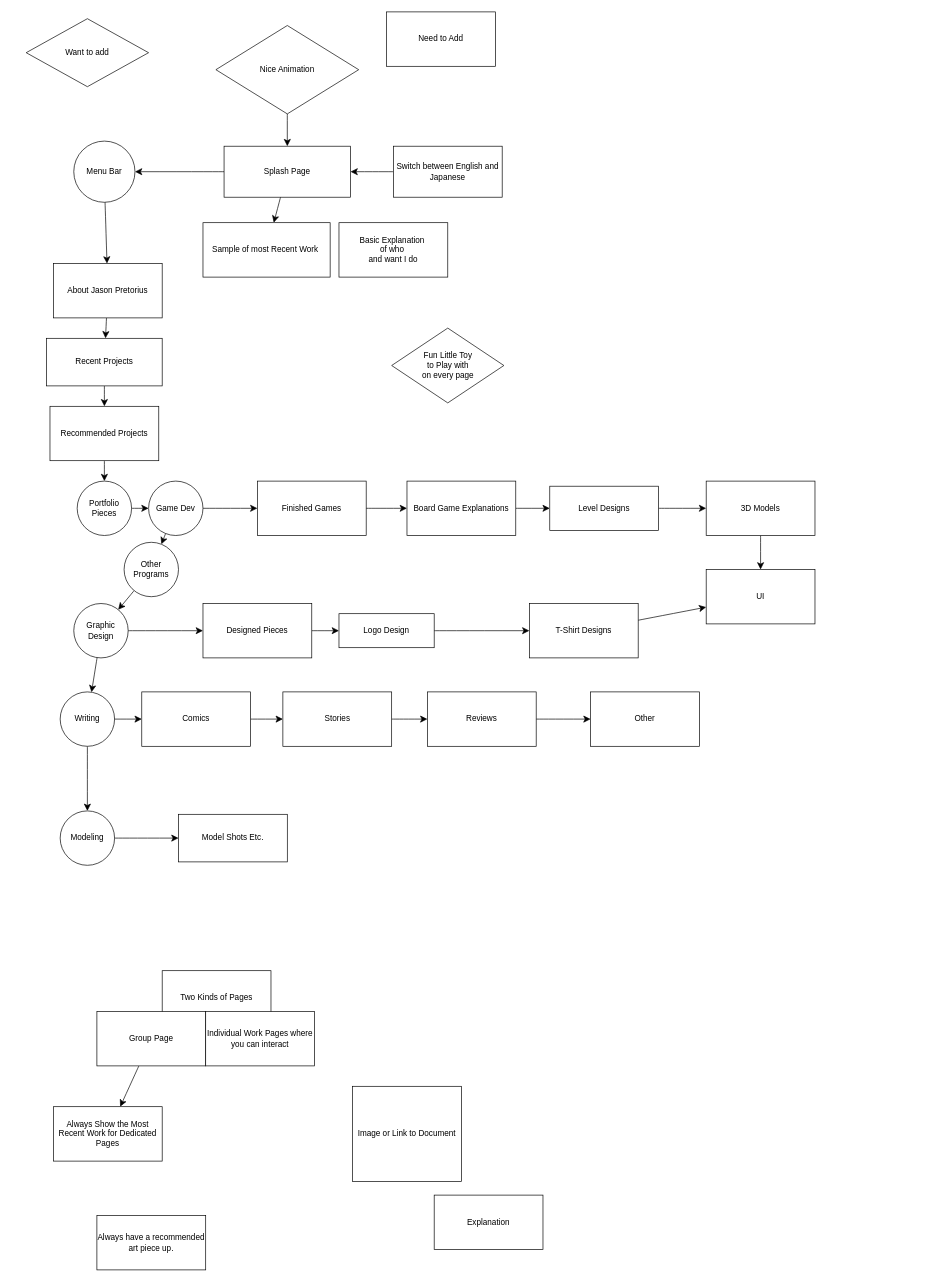
Rift-Master/Game-Design-Documents keeps this draw.io diagram as 名称未設定ファイル.drawio. Above is the earlier version. Source tidied: cells renumbered, new cells numbered last; positions are measured from the earlier drawing's top-left corner, leaving out a move shared by most shapes. Both pictures are drawn from the tidied source at 68%, with x=0, y=0 at pixel (26, 12).
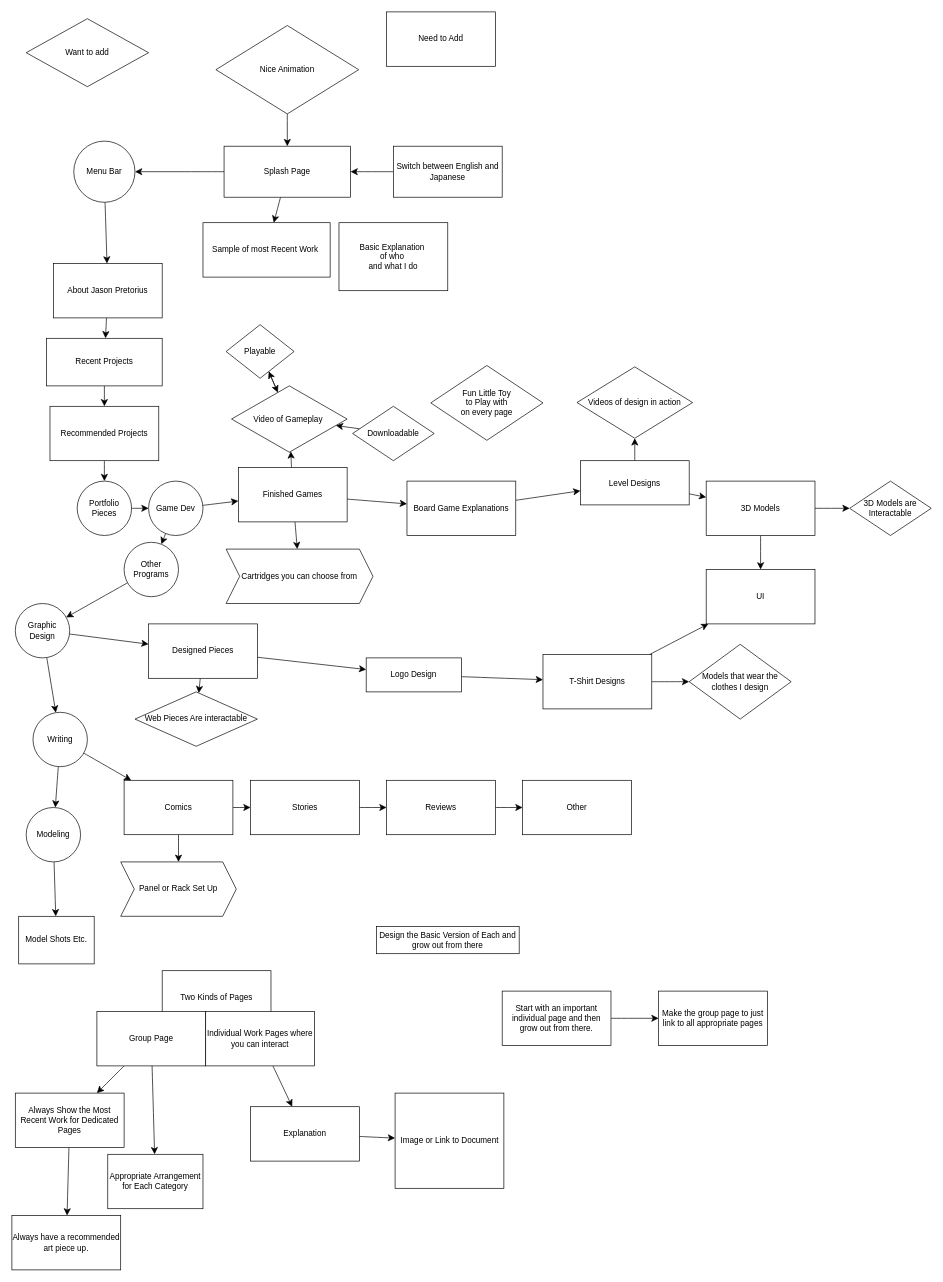
Above is the later version.

Commit message:
名称未設定ファイル.drawio を更新します

Unchanged cells that the change refers to:
```xml
<mxCell id="56" value="3D Models" style="rounded=0;whiteSpace=wrap;html=1;" parent="1" vertex="1">
  <mxGeometry x="1000" y="690" width="160" height="80" as="geometry" />
</mxCell>
<mxCell id="62" value="Group Page" style="rounded=0;whiteSpace=wrap;html=1;" parent="1" vertex="1">
  <mxGeometry x="104" y="1470" width="160" height="80" as="geometry" />
</mxCell>
<mxCell id="65" value="Individual Work Pages where you can interact" style="rounded=0;whiteSpace=wrap;html=1;" parent="1" vertex="1">
  <mxGeometry x="264" y="1470" width="160" height="80" as="geometry" />
</mxCell>
```

The edit, as a diff of the source:
```diff
@@
     <mxCell id="3" value="Writing" style="ellipse;whiteSpace=wrap;html=1;" parent="1" vertex="1">
-      <mxGeometry x="50" y="1000" width="80" height="80" as="geometry" />
+      <mxGeometry x="10" y="1030" width="80" height="80" as="geometry" />
     </mxCell>
@@
+    <mxCell id="68" style="edgeStyle=none;curved=1;rounded=0;jettySize=auto;html=1;fontSize=12;startSize=8;endSize=8;" parent="1" edge="1" source="16" target="90">
+      <mxGeometry relative="1" as="geometry" />
+    </mxCell>
     <mxCell id="16" value="Level Designs" style="rounded=0;whiteSpace=wrap;html=1;" parent="1" vertex="1">
-      <mxGeometry x="770" y="697.5" width="160" height="65" as="geometry" />
+      <mxGeometry x="815" y="660" width="160" height="65" as="geometry" />
     </mxCell>
@@
     <mxCell id="24" value="Fun Little Toy&lt;div&gt;&amp;nbsp;to Play with&amp;nbsp;&lt;div&gt;on every page&lt;/div&gt;&lt;/div&gt;" style="rhombus;whiteSpace=wrap;html=1;" parent="1" vertex="1">
-      <mxGeometry x="537.5" y="465" width="165" height="110" as="geometry" />
+      <mxGeometry x="595" y="520" width="165" height="110" as="geometry" />
     </mxCell>
-    <mxCell id="25" value="Basic Explanation&amp;nbsp;&lt;div&gt;of who&amp;nbsp;&lt;/div&gt;&lt;div&gt;and want I do&lt;/div&gt;" style="rounded=0;whiteSpace=wrap;html=1;" parent="1" vertex="1">
-      <mxGeometry x="460" y="310" width="160" height="80" as="geometry" />
+    <mxCell id="25" value="Basic Explanation&amp;nbsp;&lt;div&gt;of who&amp;nbsp;&lt;/div&gt;&lt;div&gt;and what I do&lt;/div&gt;" style="rounded=0;whiteSpace=wrap;html=1;" parent="1" vertex="1">
+      <mxGeometry x="460" y="310" width="160" height="100" as="geometry" />
     </mxCell>
@@
     <mxCell id="29" value="Logo Design" style="rounded=0;whiteSpace=wrap;html=1;" parent="1" vertex="1">
-      <mxGeometry x="460" y="885" width="140" height="50" as="geometry" />
+      <mxGeometry x="500" y="950" width="140" height="50" as="geometry" />
     </mxCell>
@@
     <mxCell id="35" value="Graphic Design" style="ellipse;whiteSpace=wrap;html=1;" parent="1" vertex="1">
-      <mxGeometry x="70" y="870" width="80" height="80" as="geometry" />
+      <mxGeometry x="-16" y="870" width="80" height="80" as="geometry" />
     </mxCell>
@@
     <mxCell id="37" value="Modeling" style="ellipse;whiteSpace=wrap;html=1;" parent="1" vertex="1">
-      <mxGeometry x="50" y="1175" width="80" height="80" as="geometry" />
+      <mxGeometry y="1170" width="80" height="80" as="geometry" />
     </mxCell>
@@
+    <mxCell id="69" style="edgeStyle=none;curved=1;rounded=0;jettySize=auto;html=1;fontSize=12;startSize=8;endSize=8;" parent="1" edge="1" source="39" target="81">
+      <mxGeometry relative="1" as="geometry" />
+    </mxCell>
+    <mxCell id="70" style="edgeStyle=none;curved=1;rounded=0;jettySize=auto;html=1;fontSize=12;startSize=8;endSize=8;" parent="1" edge="1" source="89" target="85">
+      <mxGeometry relative="1" as="geometry" />
+    </mxCell>
     <mxCell id="39" value="Finished Games" style="rounded=0;whiteSpace=wrap;html=1;" parent="1" vertex="1">
-      <mxGeometry x="340" y="690" width="160" height="80" as="geometry" />
+      <mxGeometry x="312" y="670" width="160" height="80" as="geometry" />
     </mxCell>
@@
+    <mxCell id="71" style="edgeStyle=none;curved=1;rounded=0;jettySize=auto;html=1;fontSize=12;startSize=8;endSize=8;" parent="1" edge="1" source="44" target="92">
+      <mxGeometry relative="1" as="geometry" />
+    </mxCell>
     <mxCell id="44" value="T-Shirt Designs" style="rounded=0;whiteSpace=wrap;html=1;" parent="1" vertex="1">
-      <mxGeometry x="740" y="870" width="160" height="80" as="geometry" />
+      <mxGeometry x="760" y="945" width="160" height="80" as="geometry" />
     </mxCell>
     <mxCell id="45" value="Model Shots Etc." style="rounded=0;whiteSpace=wrap;html=1;" parent="1" vertex="1">
-      <mxGeometry x="224" y="1180" width="160" height="70" as="geometry" />
+      <mxGeometry x="-11" y="1330" width="111" height="70" as="geometry" />
     </mxCell>
@@
+    <mxCell id="72" style="edgeStyle=none;curved=1;rounded=0;jettySize=auto;html=1;fontSize=12;startSize=8;endSize=8;" parent="1" edge="1" source="47" target="80">
+      <mxGeometry relative="1" as="geometry" />
+    </mxCell>
     <mxCell id="47" value="Comics" style="rounded=0;whiteSpace=wrap;html=1;" parent="1" vertex="1">
-      <mxGeometry x="170" y="1000" width="160" height="80" as="geometry" />
+      <mxGeometry x="144" y="1130" width="160" height="80" as="geometry" />
     </mxCell>
@@
     <mxCell id="49" value="Reviews" style="rounded=0;whiteSpace=wrap;html=1;" parent="1" vertex="1">
-      <mxGeometry x="590" y="1000" width="160" height="80" as="geometry" />
+      <mxGeometry x="530" y="1130" width="160" height="80" as="geometry" />
     </mxCell>
@@
     <mxCell id="51" value="Stories" style="rounded=0;whiteSpace=wrap;html=1;" parent="1" vertex="1">
-      <mxGeometry x="377.5" y="1000" width="160" height="80" as="geometry" />
+      <mxGeometry x="330" y="1130" width="160" height="80" as="geometry" />
     </mxCell>
@@
+    <mxCell id="73" style="edgeStyle=none;curved=1;rounded=0;jettySize=auto;html=1;fontSize=12;startSize=8;endSize=8;" parent="1" edge="1" source="53" target="82">
+      <mxGeometry relative="1" as="geometry" />
+    </mxCell>
     <mxCell id="53" value="Designed Pieces" style="rounded=0;whiteSpace=wrap;html=1;" parent="1" vertex="1">
-      <mxGeometry x="260" y="870" width="160" height="80" as="geometry" />
+      <mxGeometry x="180" y="900" width="160" height="80" as="geometry" />
     </mxCell>
     <mxCell id="54" value="Other" style="rounded=0;whiteSpace=wrap;html=1;" parent="1" vertex="1">
-      <mxGeometry x="830" y="1000" width="160" height="80" as="geometry" />
+      <mxGeometry x="730" y="1130" width="160" height="80" as="geometry" />
     </mxCell>
@@
+    <mxCell id="74" style="edgeStyle=none;curved=1;rounded=0;jettySize=auto;html=1;fontSize=12;startSize=8;endSize=8;" parent="1" edge="1" source="56" target="83">
+      <mxGeometry relative="1" as="geometry" />
+    </mxCell>
@@
+    <mxCell id="75" style="edgeStyle=none;curved=1;rounded=0;jettySize=auto;html=1;fontSize=12;startSize=8;endSize=8;" parent="1" edge="1" source="62" target="79">
+      <mxGeometry relative="1" as="geometry" />
+    </mxCell>
@@
+    <mxCell id="76" style="edgeStyle=none;curved=1;rounded=0;jettySize=auto;html=1;fontSize=12;startSize=8;endSize=8;" parent="1" edge="1" source="63" target="64">
+      <mxGeometry relative="1" as="geometry" />
+    </mxCell>
     <mxCell id="63" value="Explanation" style="rounded=0;whiteSpace=wrap;html=1;" parent="1" vertex="1">
-      <mxGeometry x="600" y="1740" width="160" height="80" as="geometry" />
+      <mxGeometry x="330" y="1610" width="160" height="80" as="geometry" />
     </mxCell>
     <mxCell id="64" value="Image or Link to Document" style="rounded=0;whiteSpace=wrap;html=1;" parent="1" vertex="1">
-      <mxGeometry x="480" y="1580" width="160" height="140" as="geometry" />
+      <mxGeometry x="542.5" y="1590" width="160" height="140" as="geometry" />
     </mxCell>
+    <mxCell id="77" style="edgeStyle=none;curved=1;rounded=0;jettySize=auto;html=1;fontSize=12;startSize=8;endSize=8;" parent="1" edge="1" source="65" target="63">
+      <mxGeometry relative="1" as="geometry" />
+    </mxCell>
@@
+    <mxCell id="78" style="edgeStyle=none;curved=1;rounded=0;jettySize=auto;html=1;fontSize=12;startSize=8;endSize=8;" parent="1" edge="1" source="66" target="67">
+      <mxGeometry relative="1" as="geometry" />
+    </mxCell>
     <mxCell id="66" value="Always Show the Most Recent Work for Dedicated Pages" style="rounded=0;whiteSpace=wrap;html=1;" parent="1" vertex="1">
-      <mxGeometry x="40" y="1610" width="160" height="80" as="geometry" />
+      <mxGeometry x="-16" y="1590" width="160" height="80" as="geometry" />
     </mxCell>
     <mxCell id="67" value="Always have a recommended art piece up." style="rounded=0;whiteSpace=wrap;html=1;" parent="1" vertex="1">
-      <mxGeometry x="104" y="1770" width="160" height="80" as="geometry" />
+      <mxGeometry x="-21" y="1770" width="160" height="80" as="geometry" />
     </mxCell>
+    <mxCell id="79" value="Appropriate Arrangement for Each Category" style="rounded=0;whiteSpace=wrap;html=1;" parent="1" vertex="1">
+      <mxGeometry x="120" y="1680" width="140" height="80" as="geometry" />
+    </mxCell>
+    <mxCell id="80" value="Panel or Rack Set Up" style="shape=step;perimeter=stepPerimeter;whiteSpace=wrap;html=1;fixedSize=1;" parent="1" vertex="1">
+      <mxGeometry x="139" y="1250" width="170" height="80" as="geometry" />
+    </mxCell>
+    <mxCell id="81" value="Cartridges you can choose from" style="shape=step;perimeter=stepPerimeter;whiteSpace=wrap;html=1;fixedSize=1;" parent="1" vertex="1">
+      <mxGeometry x="294" y="790" width="216" height="80" as="geometry" />
+    </mxCell>
+    <mxCell id="82" value="Web Pieces Are interactable" style="rhombus;whiteSpace=wrap;html=1;" parent="1" vertex="1">
+      <mxGeometry x="160" y="1000" width="180" height="80" as="geometry" />
+    </mxCell>
+    <mxCell id="83" value="3D Models are Interactable" style="rhombus;whiteSpace=wrap;html=1;" parent="1" vertex="1">
+      <mxGeometry x="1211" y="690" width="120" height="80" as="geometry" />
+    </mxCell>
+    <mxCell id="84" style="edgeStyle=none;curved=1;rounded=0;jettySize=auto;html=1;fontSize=12;startSize=8;endSize=8;" parent="1" edge="1" source="85" target="89">
+      <mxGeometry relative="1" as="geometry" />
+    </mxCell>
+    <mxCell id="85" value="Playable" style="rhombus;whiteSpace=wrap;html=1;" parent="1" vertex="1">
+      <mxGeometry x="294" y="460" width="100" height="78.8" as="geometry" />
+    </mxCell>
+    <mxCell id="86" style="edgeStyle=none;curved=1;rounded=0;jettySize=auto;html=1;fontSize=12;startSize=8;endSize=8;" parent="1" edge="1" source="87" target="89">
+      <mxGeometry relative="1" as="geometry" />
+    </mxCell>
+    <mxCell id="87" value="Downloadable" style="rhombus;whiteSpace=wrap;html=1;" parent="1" vertex="1">
+      <mxGeometry x="480" y="580" width="120" height="80" as="geometry" />
+    </mxCell>
+    <mxCell id="88" style="edgeStyle=none;curved=1;rounded=0;jettySize=auto;html=1;fontSize=12;startSize=8;endSize=8;" parent="1" edge="1" source="39" target="89">
+      <mxGeometry relative="1" as="geometry" />
+    </mxCell>
+    <mxCell id="89" value="Video of Gameplay&amp;nbsp;" style="rhombus;whiteSpace=wrap;html=1;" parent="1" vertex="1">
+      <mxGeometry x="302" y="550" width="170" height="97.5" as="geometry" />
+    </mxCell>
+    <mxCell id="90" value="Videos of design in action" style="rhombus;whiteSpace=wrap;html=1;" parent="1" vertex="1">
+      <mxGeometry x="810" y="522" width="170" height="105" as="geometry" />
+    </mxCell>
+    <mxCell id="91" value="Design the Basic Version of Each and grow out from there" style="rounded=0;whiteSpace=wrap;html=1;" parent="1" vertex="1">
+      <mxGeometry x="515" y="1345" width="210" height="40" as="geometry" />
+    </mxCell>
+    <mxCell id="92" value="Models that wear the clothes I design" style="rhombus;whiteSpace=wrap;html=1;" parent="1" vertex="1">
+      <mxGeometry x="975" y="930" width="150" height="110" as="geometry" />
+    </mxCell>
+    <mxCell id="93" style="edgeStyle=none;curved=1;rounded=0;jettySize=auto;html=1;fontSize=12;startSize=8;endSize=8;" parent="1" edge="1" source="94" target="95">
+      <mxGeometry relative="1" as="geometry" />
+    </mxCell>
+    <mxCell id="94" value="Start with an important individual page and then grow out from there." style="rounded=0;whiteSpace=wrap;html=1;" parent="1" vertex="1">
+      <mxGeometry x="700" y="1440" width="160" height="80" as="geometry" />
+    </mxCell>
+    <mxCell id="95" value="Make the group page to just link to all appropriate pages" style="rounded=0;whiteSpace=wrap;html=1;" parent="1" vertex="1">
+      <mxGeometry x="930" y="1440" width="160" height="80" as="geometry" />
+    </mxCell>
```
